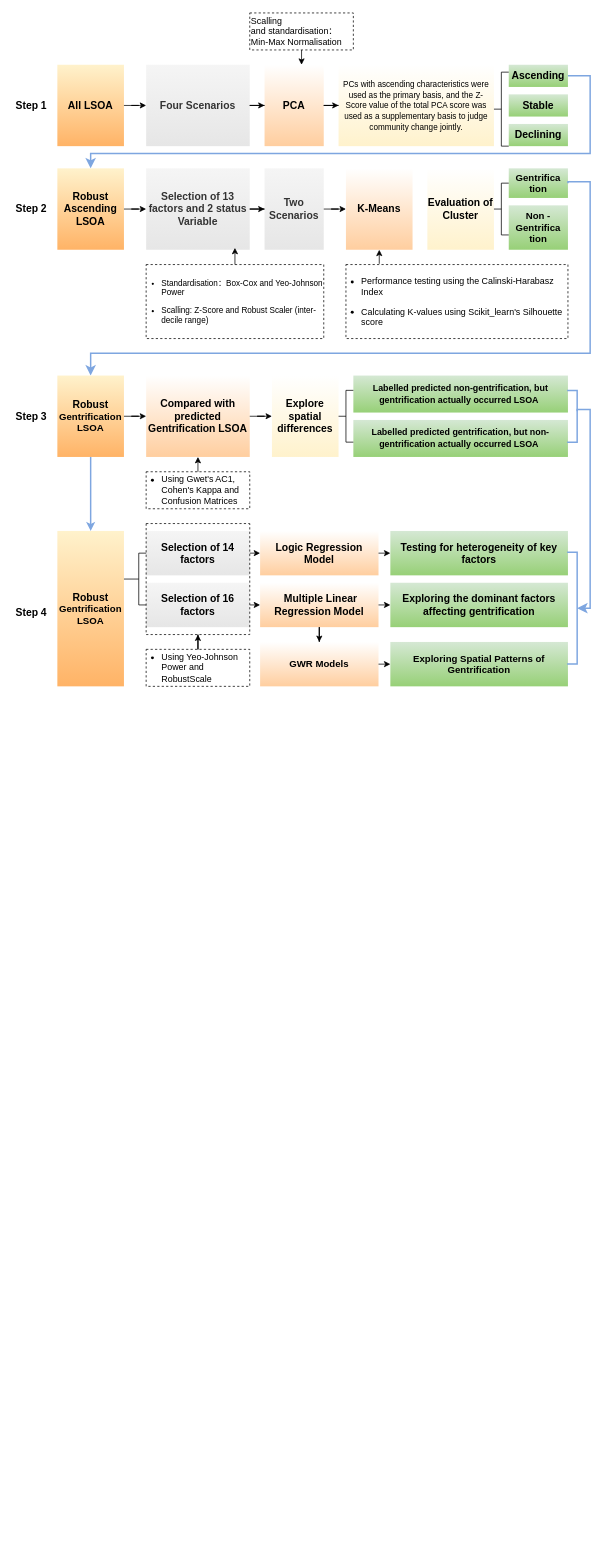
Before: Untitled Diagram.drawio in CindyZ123/DSSS, a draw.io diagram. Source tidied: cells renumbered, new cells numbered last; positions are measured from the earlier drawing's top-left corner, leaving out a move shared by most shapes. Both pictures are drawn from the tidied source at 74%, with x=0, y=0 at pixel (13, 13).
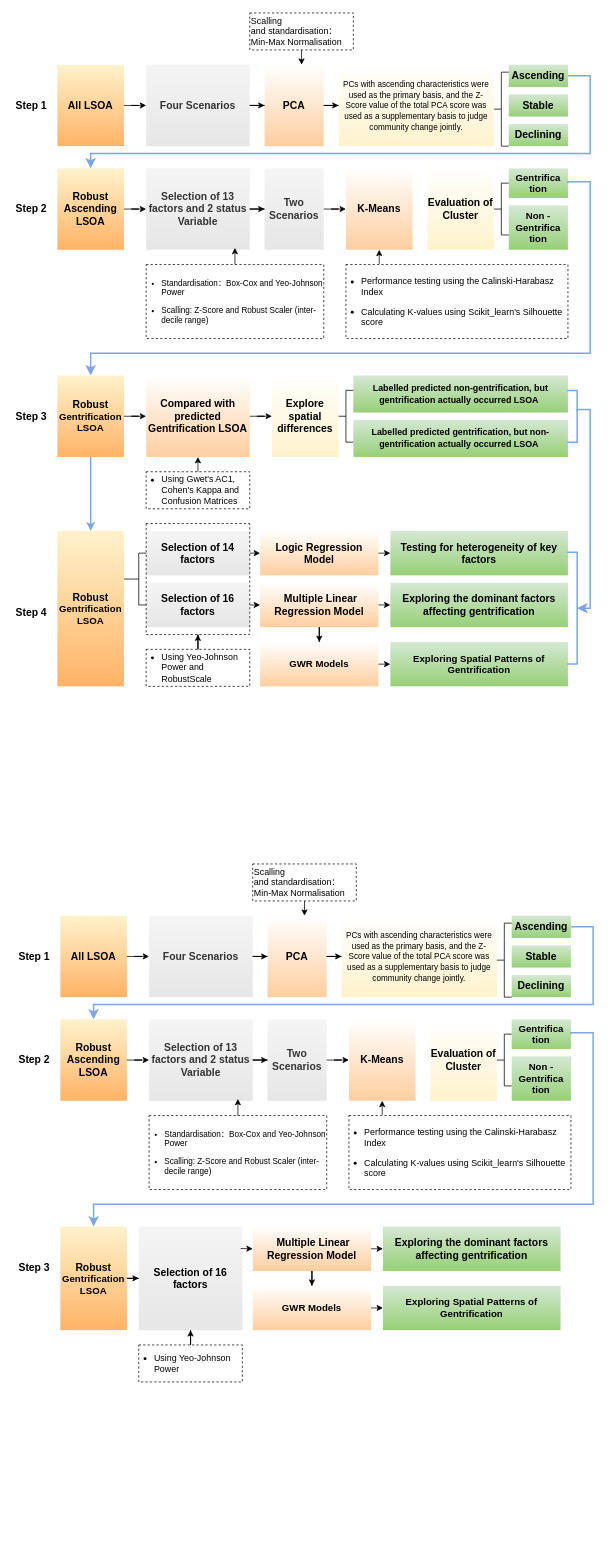
The same diagram, later.

Diff of the diagram source:
```diff
@@
+    <mxCell id="75" style="group;" parent="1" vertex="1">
+      <mxGeometry x="4" y="1150" width="780" height="920" as="geometry" />
+    </mxCell>
+    <mxCell id="76" value="&lt;font style=&quot;font-size: 14px;&quot;&gt;&lt;b&gt;Step 1&lt;/b&gt;&lt;/font&gt;" style="rounded=0;whiteSpace=wrap;html=1;fillColor=none;strokeColor=none;" parent="75" vertex="1">
+      <mxGeometry y="70" width="50" height="110" as="geometry" />
+    </mxCell>
+    <mxCell id="77" value="&lt;font style=&quot;font-size: 14px;&quot;&gt;&lt;b&gt;Step 2&lt;/b&gt;&lt;/font&gt;" style="rounded=0;whiteSpace=wrap;html=1;fillColor=none;strokeColor=none;" parent="75" vertex="1">
+      <mxGeometry y="210" width="50" height="110" as="geometry" />
+    </mxCell>
+    <mxCell id="78" value="&lt;font style=&quot;font-size: 14px;&quot;&gt;&lt;b&gt;Step 3&lt;/b&gt;&lt;/font&gt;" style="rounded=0;whiteSpace=wrap;html=1;fillColor=none;strokeColor=none;" parent="75" vertex="1">
+      <mxGeometry y="490" width="50" height="110" as="geometry" />
+    </mxCell>
+    <mxCell id="79" style="edgeStyle=orthogonalEdgeStyle;rounded=0;jettySize=auto;html=1;" parent="75" edge="1" source="80" target="115">
+      <mxGeometry relative="1" as="geometry" />
+    </mxCell>
+    <mxCell id="80" value="&lt;font style=&quot;&quot;&gt;&lt;b style=&quot;border-color: var(--border-color); font-size: 14px;&quot;&gt;Robust&lt;/b&gt;&lt;b style=&quot;border-color: var(--border-color); font-size: 13px;&quot;&gt;&lt;br style=&quot;border-color: var(--border-color);&quot;&gt;Gentrification&lt;br style=&quot;border-color: var(--border-color);&quot;&gt;LSOA&lt;/b&gt;&lt;br&gt;&lt;/font&gt;" style="rounded=0;whiteSpace=wrap;html=1;fillColor=#fff2cc;strokeColor=none;gradientColor=#FFB366;" parent="75" vertex="1">
+      <mxGeometry x="60" y="490" width="90" height="140" as="geometry" />
+    </mxCell>
+    <mxCell id="81" value="&lt;font style=&quot;font-size: 14px;&quot;&gt;&lt;b&gt;All LSOA&lt;/b&gt;&lt;/font&gt;" style="rounded=0;whiteSpace=wrap;html=1;fillColor=#fff2cc;strokeColor=none;gradientColor=#FFB366;" parent="75" vertex="1">
+      <mxGeometry x="60" y="70" width="90" height="110" as="geometry" />
+    </mxCell>
+    <mxCell id="82" value="&lt;span style=&quot;font-size: 14px;&quot;&gt;&lt;b&gt;Four Scenarios&lt;/b&gt;&lt;/span&gt;" style="rounded=0;whiteSpace=wrap;html=1;fillColor=#f5f5f5;fontColor=#333333;strokeColor=none;gradientColor=#E6E6E6;" parent="75" vertex="1">
+      <mxGeometry x="180" y="70" width="140" height="110" as="geometry" />
+    </mxCell>
+    <mxCell id="83" style="edgeStyle=orthogonalEdgeStyle;rounded=0;jettySize=auto;html=1;" parent="75" edge="1" source="81" target="82">
+      <mxGeometry relative="1" as="geometry" />
+    </mxCell>
+    <mxCell id="84" style="edgeStyle=orthogonalEdgeStyle;rounded=0;orthogonalLoop=1;jettySize=auto;html=1;" parent="75" edge="1">
+      <mxGeometry relative="1" as="geometry">
+        <mxPoint x="390" y="50" as="sourcePoint" />
+        <mxPoint x="390" y="70" as="targetPoint" />
+      </mxGeometry>
+    </mxCell>
+    <mxCell id="85" value="&lt;div style=&quot;&quot;&gt;&lt;span style=&quot;background-color: initial;&quot;&gt;Scalling and&amp;nbsp;standardisation：Min-Max Normalisation&lt;/span&gt;&lt;/div&gt;" style="rounded=0;whiteSpace=wrap;html=1;align=left;dashed=1;" parent="75" vertex="1">
+      <mxGeometry x="320" width="140" height="50" as="geometry" />
+    </mxCell>
+    <mxCell id="86" value="&lt;span style=&quot;font-size: 14px;&quot;&gt;&lt;b&gt;PCA&lt;/b&gt;&lt;/span&gt;" style="rounded=0;whiteSpace=wrap;html=1;fillColor=#FFFFFF;strokeColor=none;gradientColor=#FFCE9F;" parent="75" vertex="1">
+      <mxGeometry x="340" y="70" width="80" height="110" as="geometry" />
+    </mxCell>
+    <mxCell id="87" style="edgeStyle=orthogonalEdgeStyle;rounded=0;jettySize=auto;html=1;" parent="75" edge="1" source="82" target="86">
+      <mxGeometry relative="1" as="geometry" />
+    </mxCell>
+    <mxCell id="88" value="&lt;font style=&quot;font-size: 11px;&quot;&gt;PCs with ascending characteristics were used as the primary basis, and the Z-Score value of the total PCA score was used as a supplementary basis to judge community change jointly.&lt;/font&gt;" style="rounded=0;whiteSpace=wrap;html=1;fillColor=#FFFFFF;strokeColor=none;verticalAlign=middle;gradientColor=#FFF2CC;" parent="75" vertex="1">
+      <mxGeometry x="440" y="70" width="210" height="110" as="geometry" />
+    </mxCell>
+    <mxCell id="89" style="edgeStyle=orthogonalEdgeStyle;rounded=0;jettySize=auto;html=1;" parent="75" edge="1" source="86" target="88">
+      <mxGeometry relative="1" as="geometry" />
+    </mxCell>
+    <mxCell id="90" value="&lt;span style=&quot;font-size: 14px;&quot;&gt;&lt;b&gt;Ascending&lt;/b&gt;&lt;/span&gt;" style="rounded=0;whiteSpace=wrap;html=1;fillColor=#D5E8D4;strokeColor=none;gradientColor=#97D077;" parent="75" vertex="1">
+      <mxGeometry x="670" y="70" width="80" height="30" as="geometry" />
+    </mxCell>
+    <mxCell id="91" value="&lt;span style=&quot;font-size: 14px;&quot;&gt;&lt;b&gt;Stable&lt;/b&gt;&lt;/span&gt;" style="rounded=0;whiteSpace=wrap;html=1;fillColor=#D5E8D4;strokeColor=none;gradientColor=#97D077;" parent="75" vertex="1">
+      <mxGeometry x="670" y="110" width="80" height="30" as="geometry" />
+    </mxCell>
+    <mxCell id="92" value="&lt;span style=&quot;font-size: 14px;&quot;&gt;&lt;b&gt;Declining&lt;/b&gt;&lt;/span&gt;" style="rounded=0;whiteSpace=wrap;html=1;fillColor=#D5E8D4;strokeColor=none;gradientColor=#97D077;" parent="75" vertex="1">
+      <mxGeometry x="670" y="150" width="80" height="30" as="geometry" />
+    </mxCell>
+    <mxCell id="93" style="strokeWidth=1;html=1;shape=mxgraph.flowchart.annotation_1;align=left;" parent="75" vertex="1">
+      <mxGeometry x="660" y="80" width="10" height="100" as="geometry" />
+    </mxCell>
+    <mxCell id="94" value="&lt;font style=&quot;font-size: 14px;&quot;&gt;&lt;b&gt;Robust&lt;br&gt;Ascending LSOA&lt;/b&gt;&lt;/font&gt;" style="rounded=0;whiteSpace=wrap;html=1;fillColor=#fff2cc;strokeColor=none;gradientColor=#FFB366;" parent="75" vertex="1">
+      <mxGeometry x="60" y="210" width="90" height="110" as="geometry" />
+    </mxCell>
+    <mxCell id="95" style="edgeStyle=orthogonalEdgeStyle;elbow=horizontal;endArrow=classic;html=1;rounded=0;endSize=8;startSize=8;exitX=1;exitY=0.5;exitDx=0;exitDy=0;entryX=0.5;entryY=0;entryDx=0;entryDy=0;strokeColor=#7EA6E0;strokeWidth=2;" parent="75" edge="1" source="90" target="94">
+      <mxGeometry relative="1" as="geometry">
+        <Array as="points">
+          <mxPoint x="780" y="85" />
+          <mxPoint x="780" y="190" />
+          <mxPoint x="105" y="190" />
+        </Array>
+      </mxGeometry>
+    </mxCell>
+    <mxCell id="96" value="&lt;b&gt;&lt;font style=&quot;font-size: 14px;&quot;&gt;Selection of 13 factors and 2 status Variable&lt;/font&gt;&lt;/b&gt;" style="rounded=0;whiteSpace=wrap;html=1;fillColor=#f5f5f5;fontColor=#333333;strokeColor=none;gradientColor=#E6E6E6;" parent="75" vertex="1">
+      <mxGeometry x="180" y="210" width="140" height="110" as="geometry" />
+    </mxCell>
+    <mxCell id="97" style="edgeStyle=orthogonalEdgeStyle;rounded=0;jettySize=auto;html=1;" parent="75" edge="1" source="94" target="96">
+      <mxGeometry relative="1" as="geometry" />
+    </mxCell>
+    <mxCell id="98" value="&lt;b&gt;&lt;font style=&quot;font-size: 14px;&quot;&gt;Two Scenarios&lt;/font&gt;&lt;/b&gt;" style="rounded=0;whiteSpace=wrap;html=1;fillColor=#f5f5f5;fontColor=#333333;strokeColor=none;gradientColor=#E6E6E6;" parent="75" vertex="1">
+      <mxGeometry x="340" y="210" width="80" height="110" as="geometry" />
+    </mxCell>
+    <mxCell id="99" style="edgeStyle=orthogonalEdgeStyle;rounded=0;jettySize=auto;html=1;" parent="75" edge="1" source="96" target="98">
+      <mxGeometry relative="1" as="geometry" />
+    </mxCell>
+    <mxCell id="100" value="&lt;div style=&quot;&quot;&gt;&lt;ul style=&quot;font-size: 11px;&quot;&gt;&lt;li&gt;&lt;font style=&quot;font-size: 11px;&quot;&gt;Standardisation：&lt;/font&gt;Box-Cox &lt;font style=&quot;background-color: initial;&quot; face=&quot;宋体&quot;&gt;and&lt;/font&gt;&lt;span style=&quot;background-color: initial; font-family: DengXian;&quot; lang=&quot;EN-US&quot;&gt;&amp;nbsp;Yeo-Johnson Power&lt;/span&gt;&lt;/li&gt;&lt;/ul&gt;&lt;ul style=&quot;font-size: 11px;&quot;&gt;&lt;li&gt;&lt;span style=&quot;background-color: initial; font-size: 11px;&quot;&gt;&lt;font style=&quot;font-size: 11px;&quot;&gt;Scalling: Z-Score and&amp;nbsp;&lt;/font&gt;&lt;/span&gt;Robust Scaler (inter-decile range)&lt;/li&gt;&lt;/ul&gt;&lt;/div&gt;&lt;span style=&quot;font-size: medium;&quot;&gt;&lt;/span&gt;" style="rounded=0;whiteSpace=wrap;html=1;align=left;dashed=1;spacingLeft=-21;" parent="75" vertex="1">
+      <mxGeometry x="180" y="340" width="240" height="100" as="geometry" />
+    </mxCell>
+    <mxCell id="101" style="endArrow=classic;html=1;rounded=0;exitX=0.5;exitY=0;exitDx=0;exitDy=0;entryX=0.857;entryY=0.977;entryDx=0;entryDy=0;entryPerimeter=0;" parent="75" edge="1" source="100" target="96">
+      <mxGeometry relative="1" as="geometry" />
+    </mxCell>
+    <mxCell id="102" value="&lt;b&gt;&lt;font style=&quot;font-size: 14px;&quot;&gt;K-Means&lt;/font&gt;&lt;/b&gt;" style="whiteSpace=wrap;html=1;fillColor=#FFFFFF;strokeColor=none;rounded=0;gradientColor=#FFCE9F;" parent="75" vertex="1">
+      <mxGeometry x="450" y="210" width="90" height="110" as="geometry" />
+    </mxCell>
+    <mxCell id="103" style="edgeStyle=orthogonalEdgeStyle;rounded=0;jettySize=auto;html=1;" parent="75" edge="1" source="98" target="102">
+      <mxGeometry relative="1" as="geometry" />
+    </mxCell>
+    <mxCell id="104" value="&lt;div style=&quot;&quot;&gt;&lt;ul&gt;&lt;li&gt;Performance testing using the Calinski-Harabasz Index&lt;/li&gt;&lt;/ul&gt;&lt;div&gt;&lt;ul&gt;&lt;li&gt;Calculating K-values using Scikit_learn's Silhouette score&lt;br&gt;&lt;/li&gt;&lt;/ul&gt;&lt;/div&gt;&lt;/div&gt;&lt;span style=&quot;font-size: medium;&quot;&gt;&lt;/span&gt;" style="rounded=0;whiteSpace=wrap;html=1;align=left;dashed=1;spacingLeft=-21;" parent="75" vertex="1">
+      <mxGeometry x="450" y="340" width="300" height="100" as="geometry" />
+    </mxCell>
+    <mxCell id="105" value="&lt;b&gt;&lt;font style=&quot;font-size: 14px;&quot;&gt;Evaluation of Cluster&lt;/font&gt;&lt;/b&gt;" style="whiteSpace=wrap;html=1;fillColor=#FFFFFF;strokeColor=none;rounded=0;gradientColor=#FFF2CC;" parent="75" vertex="1">
+      <mxGeometry x="560" y="210" width="90" height="110" as="geometry" />
+    </mxCell>
+    <mxCell id="106" value="&lt;b style=&quot;font-size: 13px;&quot;&gt;&lt;font style=&quot;font-size: 13px;&quot;&gt;Gentrifica&lt;br&gt;tion&lt;/font&gt;&lt;/b&gt;" style="whiteSpace=wrap;html=1;fillColor=#D5E8D4;strokeColor=none;rounded=0;align=center;gradientColor=#97D077;" parent="75" vertex="1">
+      <mxGeometry x="670" y="210" width="80" height="40" as="geometry" />
+    </mxCell>
+    <mxCell id="107" value="&lt;b style=&quot;font-size: 13px;&quot;&gt;&lt;font style=&quot;font-size: 13px;&quot;&gt;Non -Gentrifica&lt;br&gt;tion&lt;/font&gt;&lt;/b&gt;" style="whiteSpace=wrap;html=1;fillColor=#D5E8D4;strokeColor=none;rounded=0;align=center;gradientColor=#97D077;" parent="75" vertex="1">
+      <mxGeometry x="670" y="260" width="80" height="60" as="geometry" />
+    </mxCell>
+    <mxCell id="108" style="strokeWidth=1;html=1;shape=mxgraph.flowchart.annotation_1;align=left;" parent="75" vertex="1">
+      <mxGeometry x="660" y="230" width="10" height="70" as="geometry" />
+    </mxCell>
+    <mxCell id="109" style="line;strokeWidth=1;html=1;" parent="75" vertex="1">
+      <mxGeometry x="650" y="260" width="10" height="10" as="geometry" />
+    </mxCell>
+    <mxCell id="110" style="line;strokeWidth=1;html=1;" parent="75" vertex="1">
+      <mxGeometry x="650" y="125" width="10" height="10" as="geometry" />
+    </mxCell>
+    <mxCell id="111" style="edgeStyle=orthogonalEdgeStyle;elbow=horizontal;endArrow=classic;html=1;rounded=0;endSize=8;startSize=8;exitX=1;exitY=0.5;exitDx=0;exitDy=0;entryX=0.5;entryY=0;entryDx=0;entryDy=0;strokeColor=#7EA6E0;strokeWidth=2;" parent="75" edge="1" source="106">
+      <mxGeometry relative="1" as="geometry">
+        <mxPoint x="105" y="490" as="targetPoint" />
+        <Array as="points">
+          <mxPoint x="750" y="228" />
+          <mxPoint x="780" y="228" />
+          <mxPoint x="780" y="460" />
+          <mxPoint x="105" y="460" />
+        </Array>
+      </mxGeometry>
+    </mxCell>
+    <mxCell id="112" style="endArrow=classic;html=1;rounded=0;entryX=0.5;entryY=1;entryDx=0;entryDy=0;exitX=0.15;exitY=-0.01;exitDx=0;exitDy=0;exitPerimeter=0;" parent="75" edge="1" source="104" target="102">
+      <mxGeometry relative="1" as="geometry" />
+    </mxCell>
+    <mxCell id="113" style="edgeStyle=orthogonalEdgeStyle;rounded=0;jettySize=auto;html=1;" parent="75" edge="1" source="114" target="115">
+      <mxGeometry relative="1" as="geometry" />
+    </mxCell>
+    <mxCell id="114" value="&lt;div style=&quot;&quot;&gt;&lt;ul style=&quot;&quot;&gt;&lt;li style=&quot;&quot;&gt;Using Yeo-Johnson Power&lt;br&gt;&lt;/li&gt;&lt;/ul&gt;&lt;/div&gt;&lt;span style=&quot;font-size: medium;&quot;&gt;&lt;/span&gt;" style="rounded=0;whiteSpace=wrap;html=1;align=left;dashed=1;spacingLeft=-21;" parent="75" vertex="1">
+      <mxGeometry x="166" y="650" width="140" height="50" as="geometry" />
+    </mxCell>
+    <mxCell id="115" value="&lt;b style=&quot;border-color: var(--border-color); color: rgb(0, 0, 0); font-size: 14px;&quot;&gt;Selection of 16 factors&lt;/b&gt;" style="rounded=0;whiteSpace=wrap;html=1;fillColor=#f5f5f5;fontColor=#333333;strokeColor=none;gradientColor=#E6E6E6;" parent="75" vertex="1">
+      <mxGeometry x="166" y="490" width="140" height="140" as="geometry" />
+    </mxCell>
+    <mxCell id="116" value="&lt;font style=&quot;font-size: 14px;&quot;&gt;&lt;b style=&quot;&quot;&gt;&amp;nbsp;M&lt;/b&gt;&lt;b&gt;ultiple Linear&lt;/b&gt;&lt;br&gt;&lt;b style=&quot;&quot;&gt;Regression Model&lt;/b&gt;&lt;/font&gt;" style="whiteSpace=wrap;html=1;fillColor=#FFFFFF;strokeColor=none;rounded=0;gradientColor=#FFCE9F;" parent="75" vertex="1">
+      <mxGeometry x="320" y="490" width="160" height="60" as="geometry" />
+    </mxCell>
+    <mxCell id="117" style="endArrow=classic;html=1;rounded=0;exitX=0.984;exitY=0.212;exitDx=0;exitDy=0;entryX=0;entryY=0.5;entryDx=0;entryDy=0;exitPerimeter=0;" parent="75" edge="1" source="115" target="116">
+      <mxGeometry relative="1" as="geometry" />
+    </mxCell>
+    <mxCell id="118" value="&lt;b style=&quot;border-color: var(--border-color);&quot;&gt;&lt;font style=&quot;border-color: var(--border-color); font-size: 14px;&quot;&gt;Exploring the dominant factors affecting gentrification&lt;/font&gt;&lt;/b&gt;" style="rounded=0;whiteSpace=wrap;html=1;fillColor=#D5E8D4;strokeColor=none;gradientColor=#97D077;" parent="75" vertex="1">
+      <mxGeometry x="496" y="490" width="240" height="60" as="geometry" />
+    </mxCell>
+    <mxCell id="119" style="endArrow=classic;html=1;rounded=0;exitX=1;exitY=0.5;exitDx=0;exitDy=0;entryX=0;entryY=0.5;entryDx=0;entryDy=0;" parent="75" edge="1" source="116" target="118">
+      <mxGeometry relative="1" as="geometry" />
+    </mxCell>
+    <mxCell id="120" value="&lt;b&gt;&lt;font style=&quot;font-size: 13px;&quot;&gt;GWR Models&lt;/font&gt;&lt;/b&gt;" style="whiteSpace=wrap;html=1;fillColor=#FFFFFF;strokeColor=none;rounded=0;gradientColor=#FFCE9F;" parent="75" vertex="1">
+      <mxGeometry x="320" y="570" width="160" height="60" as="geometry" />
+    </mxCell>
+    <mxCell id="121" value="&lt;b style=&quot;border-color: var(--border-color);&quot;&gt;&lt;font style=&quot;border-color: var(--border-color); font-size: 13px;&quot;&gt;Exploring Spatial Patterns of Gentrification&lt;/font&gt;&lt;/b&gt;" style="rounded=0;whiteSpace=wrap;html=1;fillColor=#D5E8D4;strokeColor=none;gradientColor=#97D077;" parent="75" vertex="1">
+      <mxGeometry x="496" y="570" width="240" height="60" as="geometry" />
+    </mxCell>
+    <mxCell id="122" style="edgeStyle=orthogonalEdgeStyle;rounded=0;orthogonalLoop=1;jettySize=auto;html=1;exitX=0.5;exitY=1;exitDx=0;exitDy=0;" parent="75" edge="1" source="121" target="121">
+      <mxGeometry relative="1" as="geometry" />
+    </mxCell>
+    <mxCell id="123" style="endArrow=classic;html=1;rounded=0;exitX=1;exitY=0.5;exitDx=0;exitDy=0;entryX=0;entryY=0.5;entryDx=0;entryDy=0;" parent="75" edge="1" source="120" target="121">
+      <mxGeometry relative="1" as="geometry" />
+    </mxCell>
+    <mxCell id="124" style="edgeStyle=orthogonalEdgeStyle;rounded=0;jettySize=auto;html=1;" parent="75" edge="1" source="116" target="120">
+      <mxGeometry relative="1" as="geometry" />
+    </mxCell>
+    <mxCell id="125" style="edgeStyle=orthogonalEdgeStyle;rounded=0;orthogonalLoop=1;jettySize=auto;html=1;exitX=0.5;exitY=1;exitDx=0;exitDy=0;" parent="75" edge="1" source="114" target="114">
+      <mxGeometry relative="1" as="geometry" />
+    </mxCell>
```
